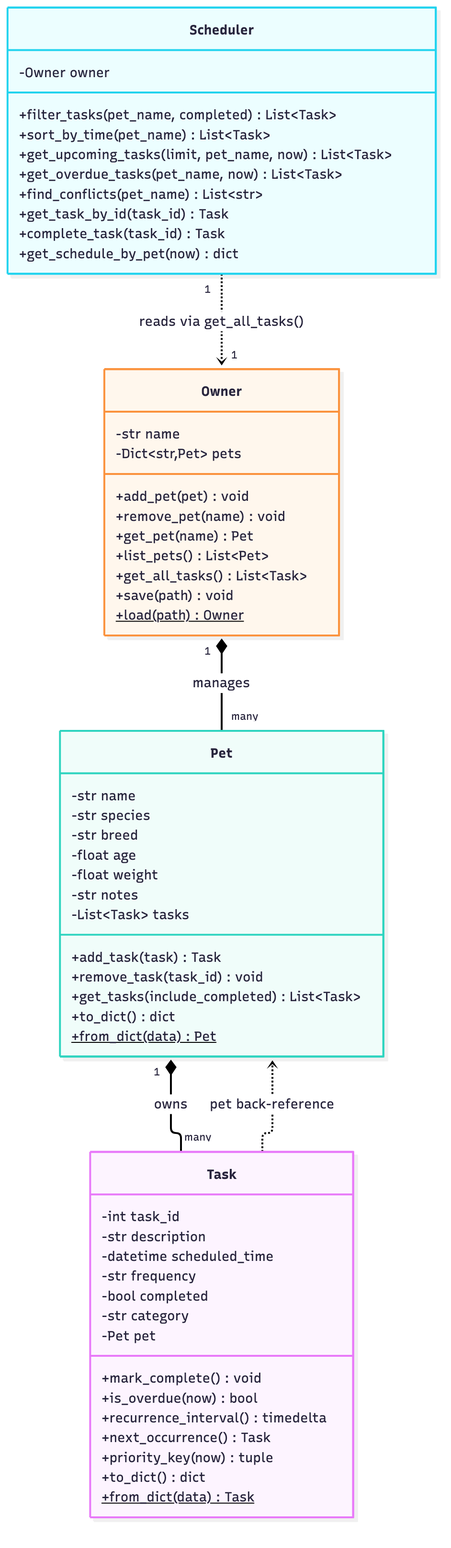
This is diagrams/uml_final.png from bleewcc1/PawPal-, a Mermaid export, as it was before one commit. Its source is kept beside it as diagrams/uml_final.mmd.
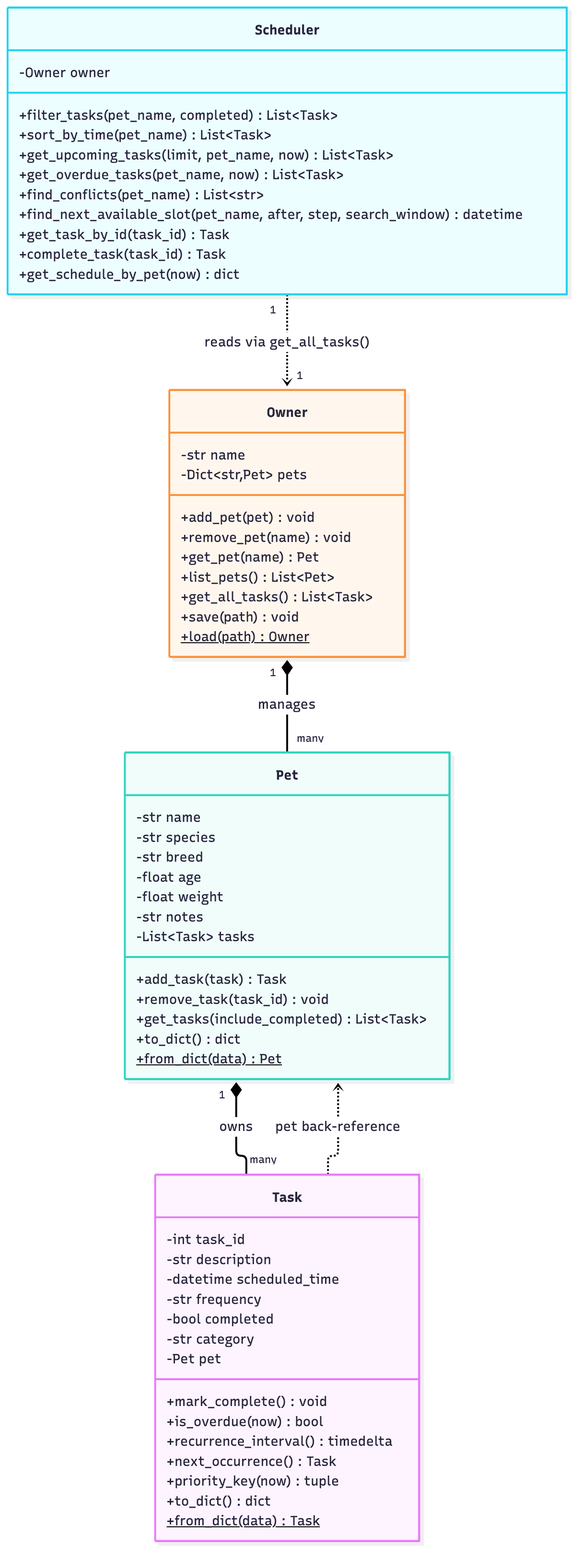
Above is the later version.

Diff of the diagram source:
```diff
@@ -50,6 +50,7 @@
         +get_upcoming_tasks(limit, pet_name, now) List~Task~
         +get_overdue_tasks(pet_name, now) List~Task~
         +find_conflicts(pet_name) List~str~
+        +find_next_available_slot(pet_name, after, step, search_window) datetime
         +get_task_by_id(task_id) Task
         +complete_task(task_id) Task
         +get_schedule_by_pet(now) dict
```
